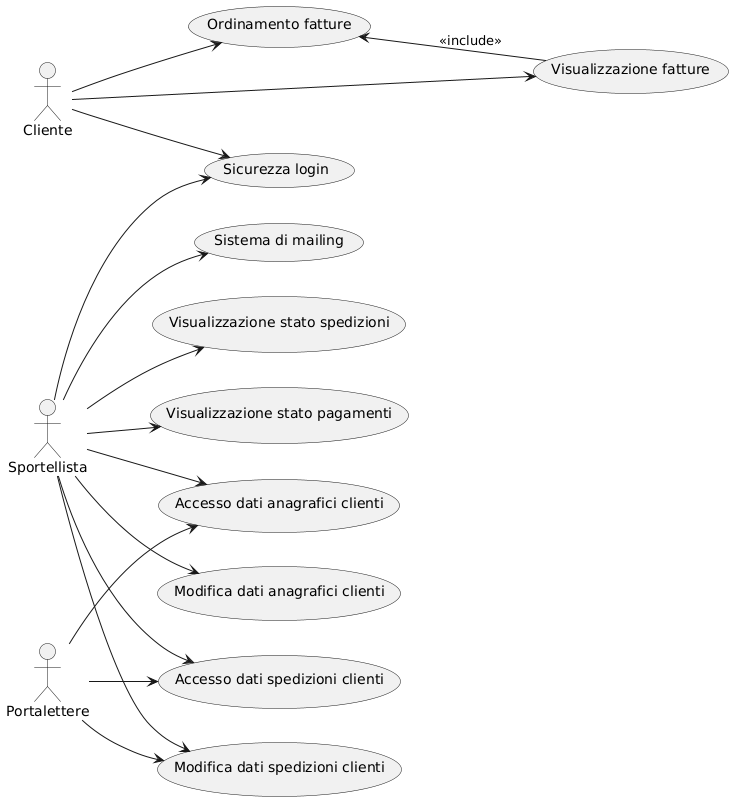
Above: assets/usecase_clienti_2.png in Zi0LEO/SistemiInformativi (PlantUML), before the change.
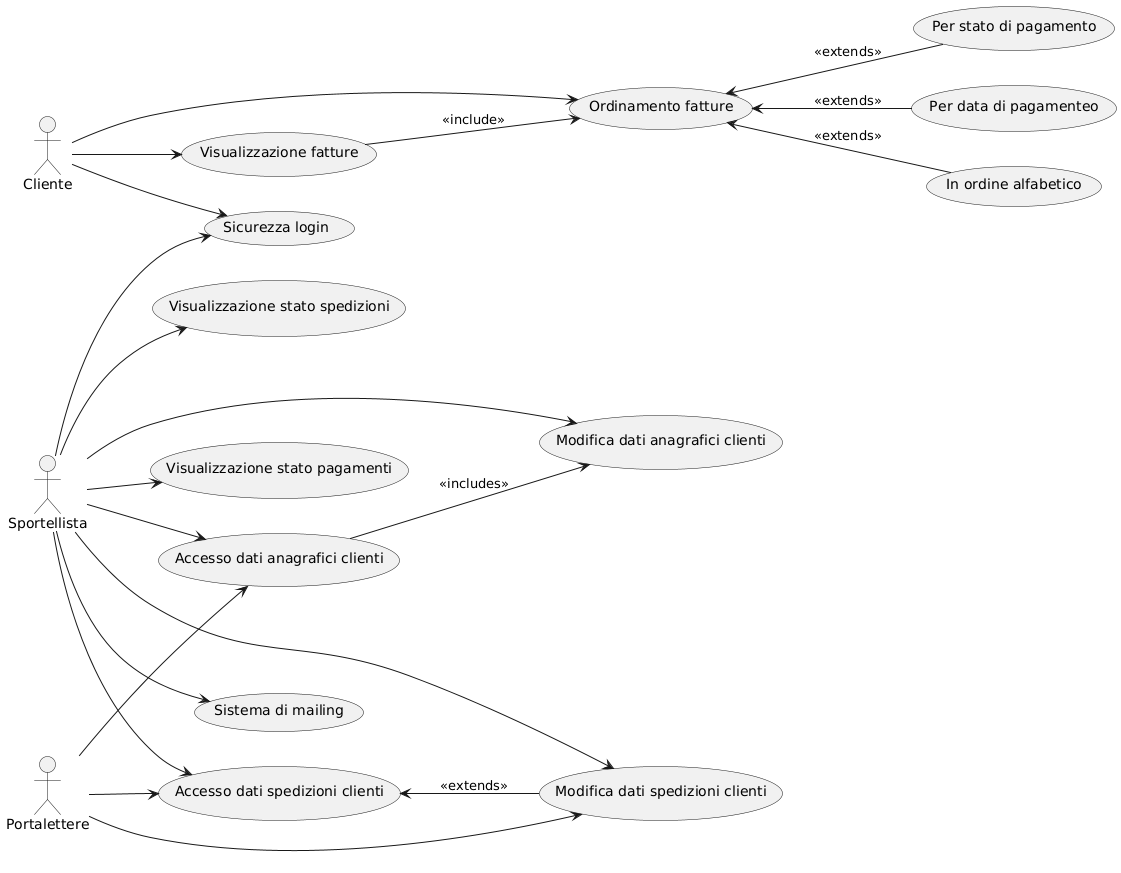
The same diagram one commit later.

Commit message:
modified usecase diagrams

Change to the diagram source:
```diff
@@ -5,8 +5,8 @@
 actor Sportellista
 actor Portalettere
 
-usecase "Visualizzazione fatture" as UC11
-usecase "Ordinamento fatture" as UC12
+usecase "Visualizzazione fatture" as UC12
+usecase "Ordinamento fatture" as UC11
 usecase "Sicurezza login" as UC13
 usecase "Visualizzazione stato spedizioni" as UC14
 usecase "Visualizzazione stato pagamenti" as UC15
@@ -15,6 +15,9 @@
 usecase "Accesso dati spedizioni clienti" as UC18
 usecase "Modifica dati spedizioni clienti" as UC19
 usecase "Sistema di mailing" as UC20
+usecase "Per stato di pagamento" as UC21
+usecase "Per data di pagamenteo" as UC22
+usecase "In ordine alfabetico" as UC23
 
 Cliente --> UC11
 Cliente --> UC12
@@ -28,10 +31,15 @@
 Sportellista --> UC18
 Sportellista --> UC19
 Sportellista --> UC20
-
 Portalettere --> UC16
 Portalettere --> UC18
 Portalettere --> UC19
 
-UC12 <-- UC11 : <<include>>
+UC16 --> UC17 : <<includes>>
+UC18 <-- UC19 : <<extends>>
+UC12 --> UC11 : <<include>>
+
+UC11 <-- UC21 :<<extends>>
+UC11 <-- UC22 :<<extends>>
+UC11 <-- UC23 :<<extends>>
 @enduml
```
